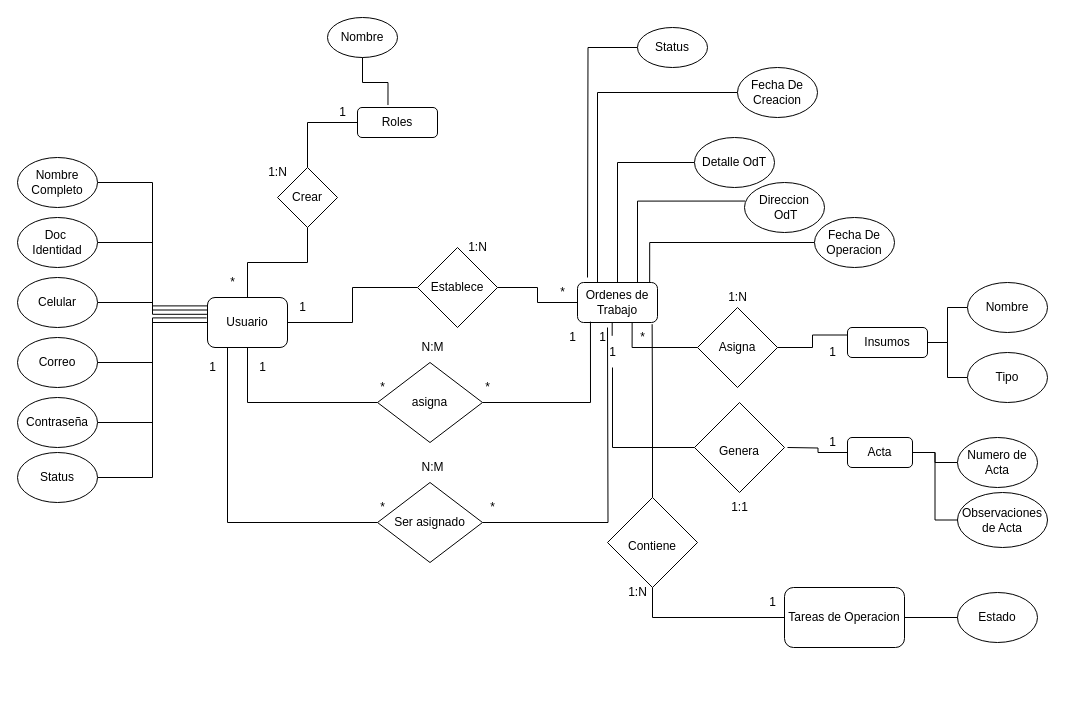
Jottapar/Curso keeps this draw.io diagram as Diagrmaa ER.drawio. Above is the earlier version. Source tidied: cells renumbered, new cells numbered last; positions are measured from the earlier drawing's top-left corner, leaving out a move shared by most shapes. Both pictures are drawn from the tidied source at 100%, with x=0, y=0 at pixel (17, 17).
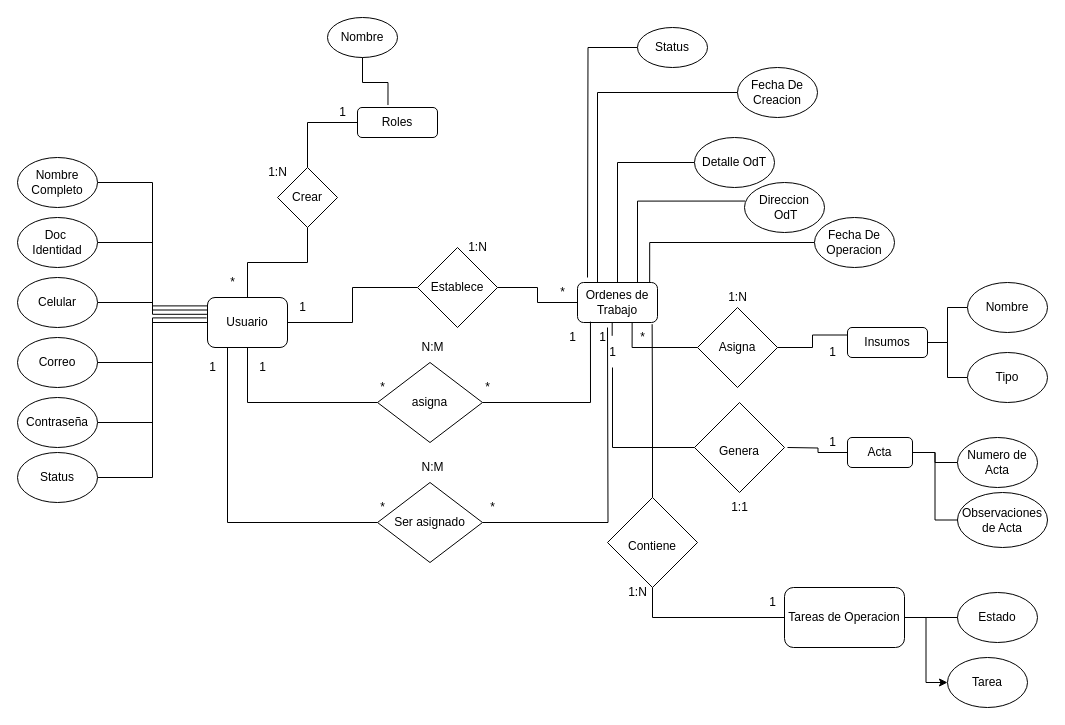
The same diagram, later.

The change refers to these unchanged cells:
```xml
<mxCell id="82" value="Tareas de Operacion" style="rounded=1;whiteSpace=wrap;html=1;" parent="1" vertex="1">
  <mxGeometry x="767" y="570" width="120" height="60" as="geometry" />
</mxCell>
```

Change to the diagram source:
```diff
@@
+    <mxCell id="88" style="edgeStyle=orthogonalEdgeStyle;rounded=0;jettySize=auto;html=1;entryX=0;entryY=0.5;entryDx=0;entryDy=0;" parent="1" edge="1" source="82" target="89">
+      <mxGeometry relative="1" as="geometry" />
+    </mxCell>
@@
+    <mxCell id="89" value="Tarea" style="ellipse;whiteSpace=wrap;html=1;" parent="1" vertex="1">
+      <mxGeometry x="930" y="640" width="80" height="50" as="geometry" />
+    </mxCell>
```
